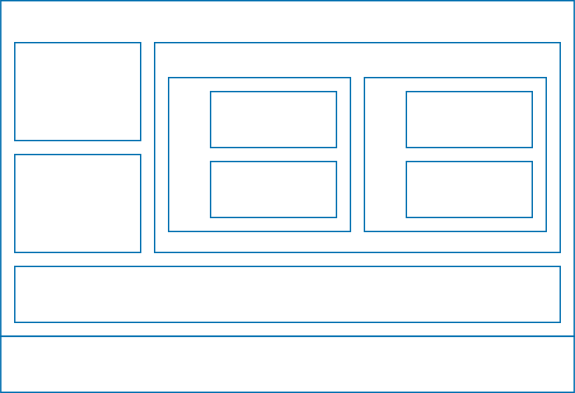
The draw.io diagram diagrams/Containers.svg in ucudal/ANDIS_Conceptos, before a commit. Source tidied: cells renumbered, new cells last; positions are measured from the earlier drawing's top-left corner, leaving out a move shared by most shapes.
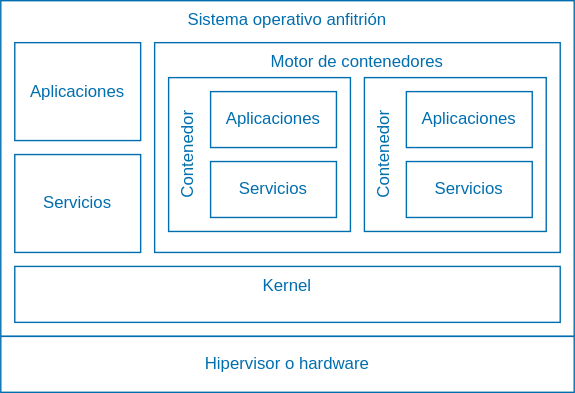
The same diagram one commit later.

Change to the diagram source:
```diff
@@ -2,40 +2,40 @@
   <root>
     <mxCell id="0" />
     <mxCell id="1" parent="0" />
-    <mxCell id="2" value="Sistema operativo anfitrión" style="rounded=0;whiteSpace=wrap;html=1;fillColor=none;fontColor=light-dark(#FFFFFF,#006EAF);strokeColor=light-dark(#006EAF,#006EAF);verticalAlign=top;" parent="1" vertex="1">
+    <mxCell id="2" value="&lt;font style=&quot;color: light-dark(rgb(0, 110, 175), rgb(0, 110, 175));&quot;&gt;Sistema operativo anfitrión&lt;/font&gt;" style="rounded=0;whiteSpace=wrap;html=1;fillColor=none;fontColor=light-dark(#006EAF,#006EAF);strokeColor=light-dark(#006EAF,#006EAF);verticalAlign=top;" parent="1" vertex="1">
       <mxGeometry width="410" height="240" as="geometry" />
     </mxCell>
-    <mxCell id="3" value="Hipervisor o hardware" style="rounded=0;whiteSpace=wrap;html=1;fillColor=none;fontColor=light-dark(#FFFFFF,#006EAF);strokeColor=light-dark(#006EAF,#006EAF);" parent="1" vertex="1">
+    <mxCell id="3" value="Hipervisor o hardware" style="rounded=0;whiteSpace=wrap;html=1;fillColor=none;fontColor=light-dark(#006EAF,#006EAF);strokeColor=light-dark(#006EAF,#006EAF);" parent="1" vertex="1">
       <mxGeometry y="240" width="410" height="40" as="geometry" />
     </mxCell>
-    <mxCell id="4" value="Aplicaciones" style="rounded=0;whiteSpace=wrap;html=1;fillColor=none;fontColor=light-dark(#FFFFFF,#006EAF);strokeColor=light-dark(#006EAF,#006EAF);" parent="1" vertex="1">
+    <mxCell id="4" value="Aplicaciones" style="rounded=0;whiteSpace=wrap;html=1;fillColor=none;fontColor=light-dark(#006EAF,#006EAF);strokeColor=light-dark(#006EAF,#006EAF);" parent="1" vertex="1">
       <mxGeometry x="10" y="30" width="90" height="70" as="geometry" />
     </mxCell>
-    <mxCell id="5" value="Contenedor" style="rounded=0;whiteSpace=wrap;html=1;fillColor=none;fontColor=light-dark(#FFFFFF,#006EAF);strokeColor=light-dark(#006EAF,#006EAF);horizontal=0;align=center;verticalAlign=top;" parent="1" vertex="1">
+    <mxCell id="5" value="Contenedor" style="rounded=0;whiteSpace=wrap;html=1;fillColor=none;fontColor=light-dark(#006EAF,#006EAF);strokeColor=light-dark(#006EAF,#006EAF);horizontal=0;align=center;verticalAlign=top;" parent="1" vertex="1">
       <mxGeometry x="120" y="55" width="130" height="110" as="geometry" />
     </mxCell>
-    <mxCell id="6" value="Kernel" style="rounded=0;whiteSpace=wrap;html=1;fillColor=none;fontColor=light-dark(#FFFFFF,#006EAF);strokeColor=light-dark(#006EAF,#006EAF);verticalAlign=top;" parent="1" vertex="1">
+    <mxCell id="6" value="Kernel" style="rounded=0;whiteSpace=wrap;html=1;fillColor=none;fontColor=light-dark(#006EAF,#006EAF);strokeColor=light-dark(#006EAF,#006EAF);verticalAlign=top;" parent="1" vertex="1">
       <mxGeometry x="10" y="190" width="390" height="40" as="geometry" />
     </mxCell>
-    <mxCell id="7" value="Servicios" style="rounded=0;whiteSpace=wrap;html=1;fillColor=none;fontColor=light-dark(#FFFFFF,#006EAF);strokeColor=light-dark(#006EAF,#006EAF);" parent="1" vertex="1">
+    <mxCell id="7" value="Servicios" style="rounded=0;whiteSpace=wrap;html=1;fillColor=none;fontColor=light-dark(#006EAF,#006EAF);strokeColor=light-dark(#006EAF,#006EAF);" parent="1" vertex="1">
       <mxGeometry x="10" y="110" width="90" height="70" as="geometry" />
     </mxCell>
-    <mxCell id="8" value="Aplicaciones" style="rounded=0;whiteSpace=wrap;html=1;fillColor=none;fontColor=light-dark(#FFFFFF,#006EAF);strokeColor=light-dark(#006EAF,#006EAF);" parent="1" vertex="1">
+    <mxCell id="8" value="Aplicaciones" style="rounded=0;whiteSpace=wrap;html=1;fillColor=none;fontColor=light-dark(#006EAF,#006EAF);strokeColor=light-dark(#006EAF,#006EAF);" parent="1" vertex="1">
       <mxGeometry x="150" y="65" width="90" height="40" as="geometry" />
     </mxCell>
-    <mxCell id="9" value="Servicios" style="rounded=0;whiteSpace=wrap;html=1;fillColor=none;fontColor=light-dark(#FFFFFF,#006EAF);strokeColor=light-dark(#006EAF,#006EAF);" parent="1" vertex="1">
+    <mxCell id="9" value="Servicios" style="rounded=0;whiteSpace=wrap;html=1;fillColor=none;fontColor=light-dark(#006EAF,#006EAF);strokeColor=light-dark(#006EAF,#006EAF);" parent="1" vertex="1">
       <mxGeometry x="150" y="115" width="90" height="40" as="geometry" />
     </mxCell>
-    <mxCell id="10" value="Contenedor" style="rounded=0;whiteSpace=wrap;html=1;fillColor=none;fontColor=light-dark(#FFFFFF,#006EAF);strokeColor=light-dark(#006EAF,#006EAF);horizontal=0;align=center;verticalAlign=top;" parent="1" vertex="1">
+    <mxCell id="10" value="Contenedor" style="rounded=0;whiteSpace=wrap;html=1;fillColor=none;fontColor=light-dark(#006EAF,#006EAF);strokeColor=light-dark(#006EAF,#006EAF);horizontal=0;align=center;verticalAlign=top;" parent="1" vertex="1">
       <mxGeometry x="260" y="55" width="130" height="110" as="geometry" />
     </mxCell>
-    <mxCell id="11" value="Aplicaciones" style="rounded=0;whiteSpace=wrap;html=1;fillColor=none;fontColor=light-dark(#FFFFFF,#006EAF);strokeColor=light-dark(#006EAF,#006EAF);" parent="1" vertex="1">
+    <mxCell id="11" value="Aplicaciones" style="rounded=0;whiteSpace=wrap;html=1;fillColor=none;fontColor=light-dark(#006EAF,#006EAF);strokeColor=light-dark(#006EAF,#006EAF);" parent="1" vertex="1">
       <mxGeometry x="290" y="65" width="90" height="40" as="geometry" />
     </mxCell>
-    <mxCell id="12" value="Servicios" style="rounded=0;whiteSpace=wrap;html=1;fillColor=none;fontColor=light-dark(#FFFFFF,#006EAF);strokeColor=light-dark(#006EAF,#006EAF);" parent="1" vertex="1">
+    <mxCell id="12" value="Servicios" style="rounded=0;whiteSpace=wrap;html=1;fillColor=none;fontColor=light-dark(#006EAF,#006EAF);strokeColor=light-dark(#006EAF,#006EAF);" parent="1" vertex="1">
       <mxGeometry x="290" y="115" width="90" height="40" as="geometry" />
     </mxCell>
-    <mxCell id="13" value="Motor de contenedores" style="rounded=0;whiteSpace=wrap;html=1;fillColor=none;fontColor=light-dark(#FFFFFF,#006EAF);strokeColor=light-dark(#006EAF,#006EAF);verticalAlign=top;" parent="1" vertex="1">
+    <mxCell id="13" value="Motor de contenedores" style="rounded=0;whiteSpace=wrap;html=1;fillColor=none;fontColor=light-dark(#006EAF,#006EAF);strokeColor=light-dark(#006EAF,#006EAF);verticalAlign=top;" parent="1" vertex="1">
       <mxGeometry x="110" y="30" width="290" height="150" as="geometry" />
     </mxCell>
   </root>
```
